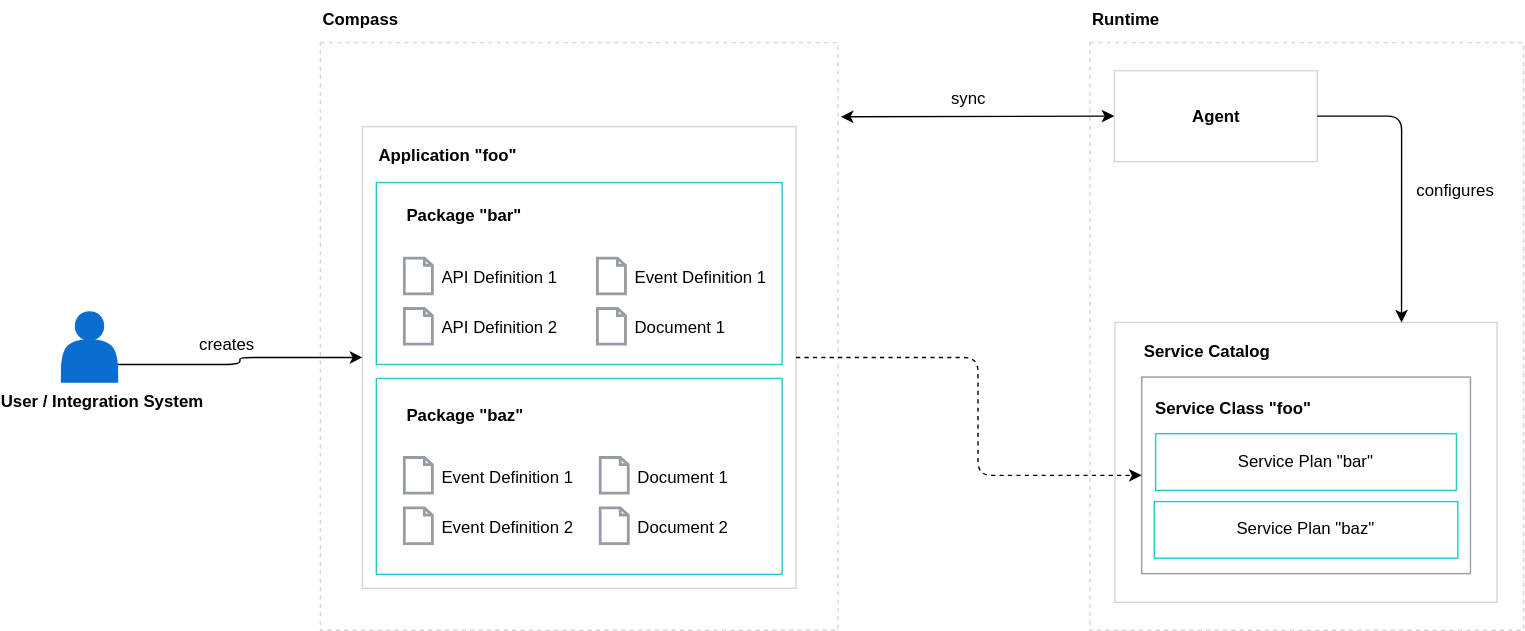
Earlier version of the draw.io export docs/compass/assets/packages-api.svg (kyma-incubator/compass). Source tidied: cells renumbered, new cells last; positions are measured from the earlier drawing's top-left corner, leaving out a move shared by most shapes.
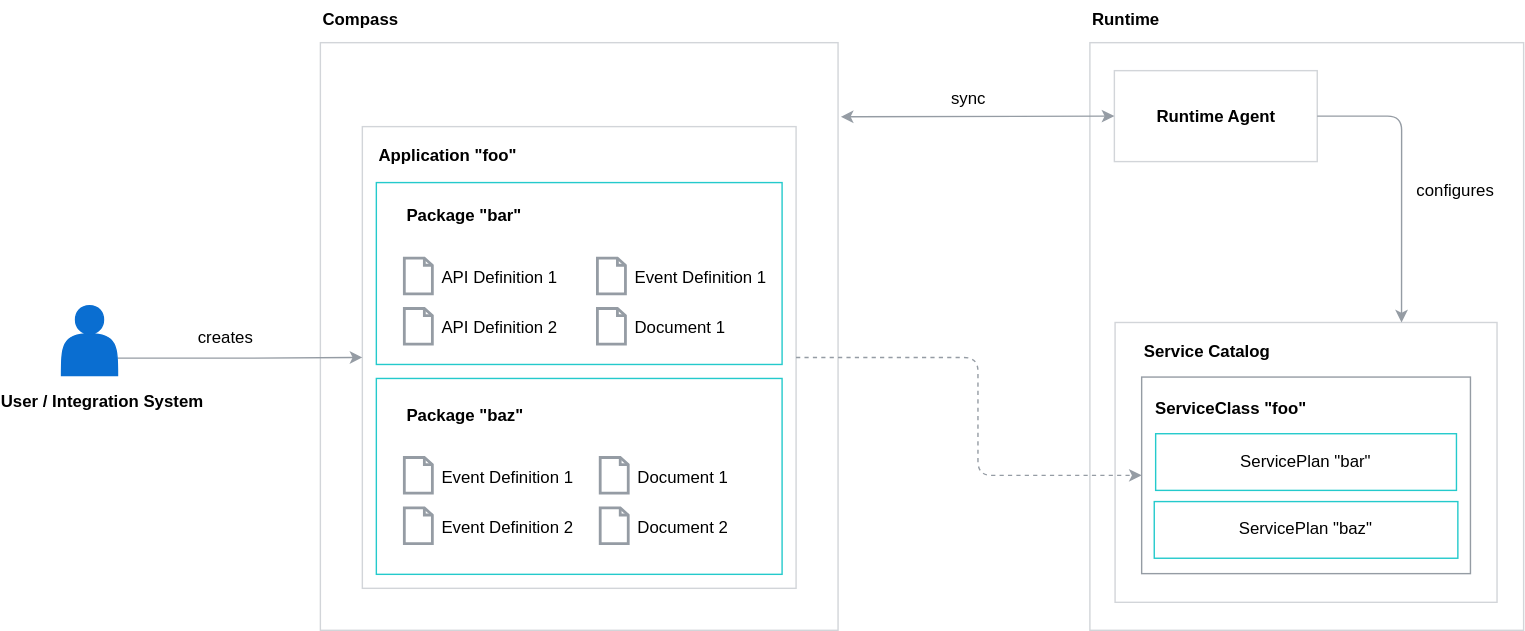
After the commit.

What changed in the source:
```diff
@@ -2,7 +2,7 @@
   <root>
     <mxCell id="0" />
     <mxCell id="1" parent="0" />
-    <mxCell id="2" value="&lt;div&gt;&lt;br&gt;&lt;/div&gt;" style="rounded=0;whiteSpace=wrap;html=1;strokeColor=#D2D5D9;strokeWidth=1;dashed=1;" parent="1" vertex="1">
+    <mxCell id="2" value="&lt;div&gt;&lt;br&gt;&lt;/div&gt;" style="rounded=0;whiteSpace=wrap;html=1;strokeColor=#D2D5D9;strokeWidth=1;" parent="1" vertex="1">
       <mxGeometry x="780" y="30" width="310" height="420" as="geometry" />
     </mxCell>
     <mxCell id="3" value="&lt;div&gt;&lt;br&gt;&lt;/div&gt;" style="rounded=0;whiteSpace=wrap;html=1;strokeColor=#D2D5D9;strokeWidth=1;" parent="1" vertex="1">
@@ -14,7 +14,7 @@
     <mxCell id="5" value="&lt;b&gt;Runtime&lt;/b&gt;" style="text;html=1;" parent="1" vertex="1">
       <mxGeometry x="780" width="90" height="30" as="geometry" />
     </mxCell>
-    <mxCell id="6" value="&lt;div&gt;&lt;br&gt;&lt;/div&gt;" style="rounded=0;whiteSpace=wrap;html=1;strokeColor=#D2D5D9;strokeWidth=1;dashed=1;" parent="1" vertex="1">
+    <mxCell id="6" value="&lt;div&gt;&lt;br&gt;&lt;/div&gt;" style="rounded=0;whiteSpace=wrap;html=1;strokeColor=#D2D5D9;strokeWidth=1;" parent="1" vertex="1">
       <mxGeometry x="230" y="30" width="370" height="420" as="geometry" />
     </mxCell>
     <mxCell id="7" value="&lt;b&gt;Compass&lt;/b&gt;" style="text;html=1;" parent="1" vertex="1">
@@ -26,7 +26,7 @@
     <mxCell id="9" value="&lt;div&gt;&lt;b&gt;Application &quot;foo&quot;&lt;/b&gt;&lt;/div&gt;" style="text;html=1;" parent="1" vertex="1">
       <mxGeometry x="270" y="97" width="105" height="30" as="geometry" />
     </mxCell>
-    <mxCell id="10" style="edgeStyle=orthogonalEdgeStyle;rounded=1;jettySize=auto;html=1;strokeColor=#000000;entryX=0;entryY=0.5;entryDx=0;entryDy=0;elbow=vertical;exitX=1;exitY=0.75;exitDx=0;exitDy=0;" parent="1" edge="1" source="12" target="8">
+    <mxCell id="10" style="edgeStyle=orthogonalEdgeStyle;rounded=1;jettySize=auto;html=1;strokeColor=#959CA4;entryX=0;entryY=0.5;entryDx=0;entryDy=0;elbow=vertical;exitX=1;exitY=0.75;exitDx=0;exitDy=0;" parent="1" edge="1" source="12" target="8">
       <mxGeometry relative="1" as="geometry" />
     </mxCell>
     <mxCell id="11" value="&lt;div&gt;creates&lt;/div&gt;" style="text;html=1;align=center;verticalAlign=middle;labelBackgroundColor=#ffffff;" parent="10" vertex="1">
@@ -35,15 +35,15 @@
       </mxGeometry>
     </mxCell>
     <mxCell id="12" style="shape=actor;whiteSpace=wrap;html=1;fillColor=#0A6ED1;strokeColor=#0A6ED1;" parent="1" vertex="1">
-      <mxGeometry x="45" y="222.5" width="40" height="50" as="geometry" />
+      <mxGeometry x="45" y="218" width="40" height="50" as="geometry" />
     </mxCell>
     <mxCell id="13" value="&lt;b&gt;User / Integration System&lt;/b&gt;" style="text;html=1;" parent="1" vertex="1">
       <mxGeometry y="272.5" width="150" as="geometry" />
     </mxCell>
-    <mxCell id="14" value="&lt;b&gt;Agent&lt;/b&gt;" style="rounded=0;whiteSpace=wrap;html=1;strokeColor=#D2D5D9;strokeWidth=1;" parent="1" vertex="1">
+    <mxCell id="14" value="&lt;b&gt;Runtime Agent&lt;/b&gt;" style="rounded=0;whiteSpace=wrap;html=1;strokeColor=#D2D5D9;strokeWidth=1;" parent="1" vertex="1">
       <mxGeometry x="797.5" y="50" width="145" height="65" as="geometry" />
     </mxCell>
-    <mxCell id="15" style="edgeStyle=orthogonalEdgeStyle;rounded=1;jettySize=auto;html=1;strokeColor=#000000;entryX=0.75;entryY=0;entryDx=0;entryDy=0;elbow=vertical;exitX=1;exitY=0.5;exitDx=0;exitDy=0;" parent="1" edge="1" source="14" target="3">
+    <mxCell id="15" style="edgeStyle=orthogonalEdgeStyle;rounded=1;jettySize=auto;html=1;strokeColor=#959CA4;entryX=0.75;entryY=0;entryDx=0;entryDy=0;elbow=vertical;exitX=1;exitY=0.5;exitDx=0;exitDy=0;" parent="1" edge="1" source="14" target="3">
       <mxGeometry relative="1" as="geometry" />
     </mxCell>
     <mxCell id="16" value="configures" style="text;html=1;align=center;verticalAlign=middle;labelBackgroundColor=#ffffff;" parent="15" vertex="1">
@@ -51,7 +51,7 @@
         <mxPoint x="41" y="34" as="offset" />
       </mxGeometry>
     </mxCell>
-    <mxCell id="17" style="html=1;strokeColor=#000000;entryX=0;entryY=0.5;entryDx=0;entryDy=0;startArrow=classic;startFill=1;" parent="1" edge="1" target="14">
+    <mxCell id="17" style="html=1;strokeColor=#959CA4;entryX=0;entryY=0.5;entryDx=0;entryDy=0;startArrow=classic;startFill=1;" parent="1" edge="1" target="14">
       <mxGeometry relative="1" as="geometry">
         <mxPoint x="602" y="83" as="sourcePoint" />
       </mxGeometry>
@@ -64,7 +64,7 @@
     <mxCell id="19" style="rounded=0;whiteSpace=wrap;html=1;strokeColor=#959CA4;strokeWidth=1;" parent="1" vertex="1">
       <mxGeometry x="817" y="269" width="235" height="140.5" as="geometry" />
     </mxCell>
-    <mxCell id="20" style="edgeStyle=orthogonalEdgeStyle;rounded=1;jettySize=auto;html=1;strokeColor=#000000;entryX=0;entryY=0.5;entryDx=0;entryDy=0;elbow=vertical;exitX=1;exitY=0.5;exitDx=0;exitDy=0;dashed=1;" parent="1" edge="1" source="8" target="19">
+    <mxCell id="20" style="edgeStyle=orthogonalEdgeStyle;rounded=1;jettySize=auto;html=1;strokeColor=#959CA4;entryX=0;entryY=0.5;entryDx=0;entryDy=0;elbow=vertical;exitX=1;exitY=0.5;exitDx=0;exitDy=0;dashed=1;" parent="1" edge="1" source="8" target="19">
       <mxGeometry relative="1" as="geometry">
         <Array as="points">
           <mxPoint x="700" y="255" />
@@ -75,13 +75,13 @@
     <mxCell id="21" style="rounded=0;whiteSpace=wrap;html=1;strokeColor=#24CACC;strokeWidth=1;" parent="1" vertex="1">
       <mxGeometry x="270" y="130" width="290" height="130" as="geometry" />
     </mxCell>
-    <mxCell id="22" value="Service Class &quot;foo&quot;" style="text;html=1;fontStyle=1;" parent="1" vertex="1">
+    <mxCell id="22" value="ServiceClass &quot;foo&quot;" style="text;html=1;fontStyle=1;" parent="1" vertex="1">
       <mxGeometry x="825" y="277.5" width="119" height="30" as="geometry" />
     </mxCell>
-    <mxCell id="23" value="Service Plan &quot;bar&quot;" style="rounded=0;whiteSpace=wrap;html=1;strokeColor=#24CACC;strokeWidth=1;" parent="1" vertex="1">
+    <mxCell id="23" value="ServicePlan &quot;bar&quot;" style="rounded=0;whiteSpace=wrap;html=1;strokeColor=#24CACC;strokeWidth=1;" parent="1" vertex="1">
       <mxGeometry x="827" y="309.5" width="215" height="40.5" as="geometry" />
     </mxCell>
-    <mxCell id="24" value="Service Plan &quot;baz&quot;" style="rounded=0;whiteSpace=wrap;html=1;strokeColor=#24CACC;strokeWidth=1;perimeterSpacing=0;" parent="1" vertex="1">
+    <mxCell id="24" value="ServicePlan &quot;baz&quot;" style="rounded=0;whiteSpace=wrap;html=1;strokeColor=#24CACC;strokeWidth=1;perimeterSpacing=0;" parent="1" vertex="1">
       <mxGeometry x="826" y="358" width="217" height="40.5" as="geometry" />
     </mxCell>
     <mxCell id="25" value="Package &quot;bar&quot;" style="text;html=1;fontStyle=1;" parent="1" vertex="1">
```
